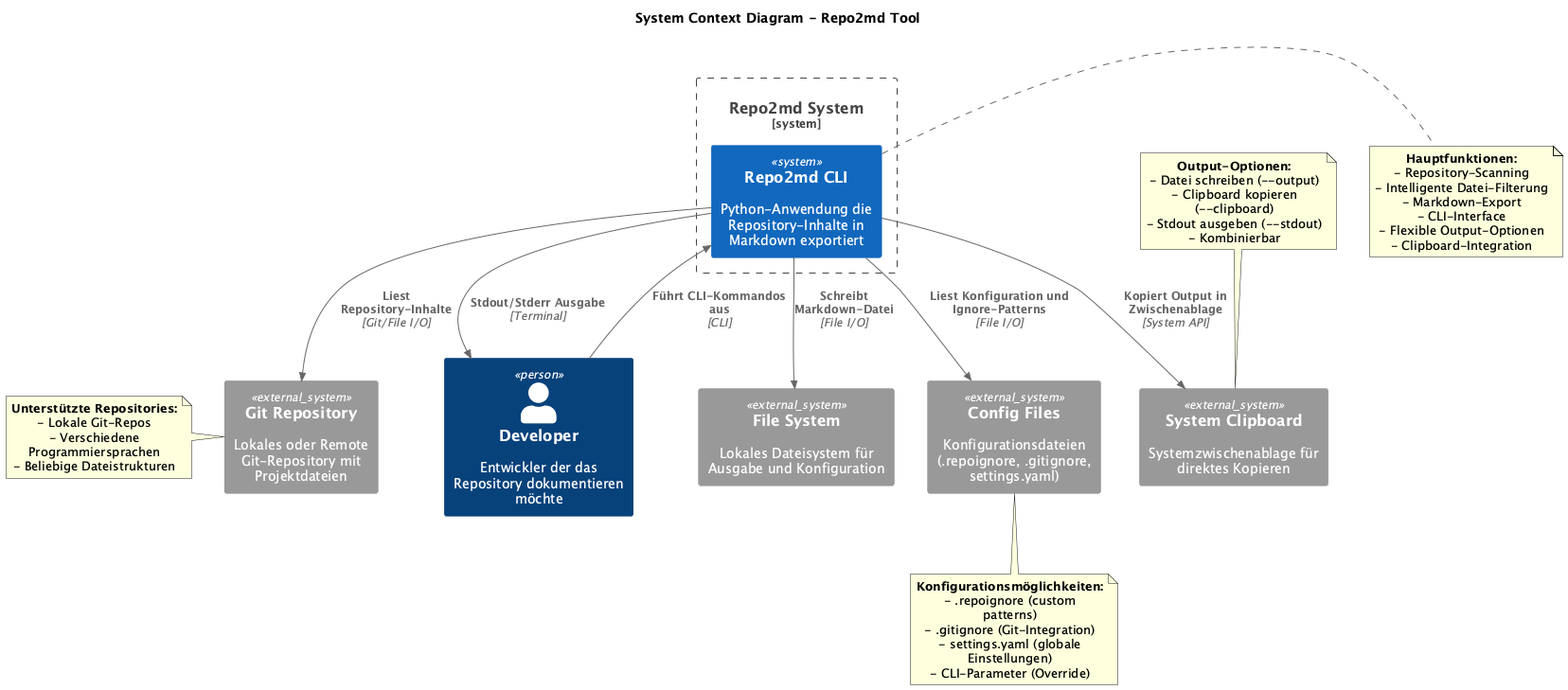
This is docs/architecture/images/C4_Level1_repo2md.png from georghildebrand/repo2ai, a PlantUML export, as it was before one commit. Its diagram source:
```plantuml
@startuml C4_Level1_repo2md
!include https://raw.githubusercontent.com/plantuml-stdlib/C4-PlantUML/master/C4_Context.puml

title System Context Diagram - Repo2md Tool

Person(developer, "Developer", "Entwickler der das Repository dokumentieren möchte")

System_Boundary(repoToMd, "Repo2md System") {
    System(repoToMdApp, "Repo2md CLI", "Python-Anwendung die Repository-Inhalte in Markdown exportiert")
}

System_Ext(gitRepo, "Git Repository", "Lokales oder Remote Git-Repository mit Projektdateien")
System_Ext(fileSystem, "File System", "Lokales Dateisystem für Ausgabe und Konfiguration")
System_Ext(configFiles, "Config Files", "Konfigurationsdateien (.repoignore, .gitignore, settings.yaml)")
System_Ext(clipboard, "System Clipboard", "Systemzwischenablage für direktes Kopieren")

Rel(developer, repoToMdApp, "Führt CLI-Kommandos aus", "CLI")
Rel(repoToMdApp, gitRepo, "Liest Repository-Inhalte", "Git/File I/O")
Rel(repoToMdApp, fileSystem, "Schreibt Markdown-Datei", "File I/O")
Rel(repoToMdApp, configFiles, "Liest Konfiguration und Ignore-Patterns", "File I/O")
Rel(repoToMdApp, clipboard, "Kopiert Output in Zwischenablage", "System API")
Rel(repoToMdApp, developer, "Stdout/Stderr Ausgabe", "Terminal")

note right of repoToMdApp
  **Hauptfunktionen:**
  - Repository-Scanning
  - Intelligente Datei-Filterung
  - Markdown-Export
  - CLI-Interface
  - Flexible Output-Optionen
  - Clipboard-Integration
end note

note left of gitRepo
  **Unterstützte Repositories:**
  - Lokale Git-Repos
  - Verschiedene Programmiersprachen
  - Beliebige Dateistrukturen
end note

note bottom of configFiles
  **Konfigurationsmöglichkeiten:**
  - .repoignore (custom patterns)
  - .gitignore (Git-Integration)
  - settings.yaml (globale Einstellungen)
  - CLI-Parameter (Override)
end note

note top of clipboard
  **Output-Optionen:**
  - Datei schreiben (--output)
  - Clipboard kopieren (--clipboard)
  - Stdout ausgeben (--stdout)
  - Kombinierbar
end note

@enduml
```
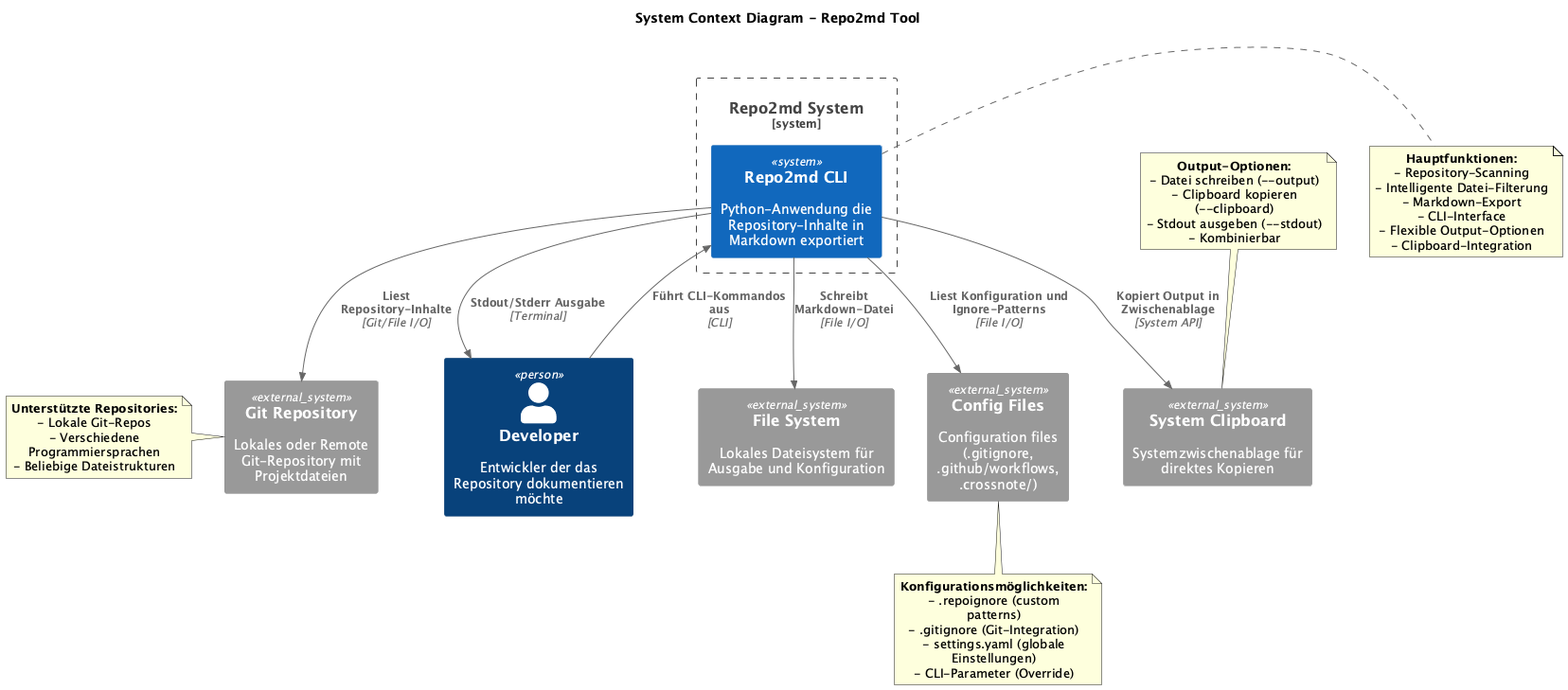
Above is the later version.

Change to the diagram source:
```diff
@@ -11,7 +11,7 @@
 
 System_Ext(gitRepo, "Git Repository", "Lokales oder Remote Git-Repository mit Projektdateien")
 System_Ext(fileSystem, "File System", "Lokales Dateisystem für Ausgabe und Konfiguration")
-System_Ext(configFiles, "Config Files", "Konfigurationsdateien (.repoignore, .gitignore, settings.yaml)")
+System_Ext(configFiles, "Config Files", "Configuration files (.gitignore, .github/workflows, .crossnote/)")
 System_Ext(clipboard, "System Clipboard", "Systemzwischenablage für direktes Kopieren")
 
 Rel(developer, repoToMdApp, "Führt CLI-Kommandos aus", "CLI")
```
